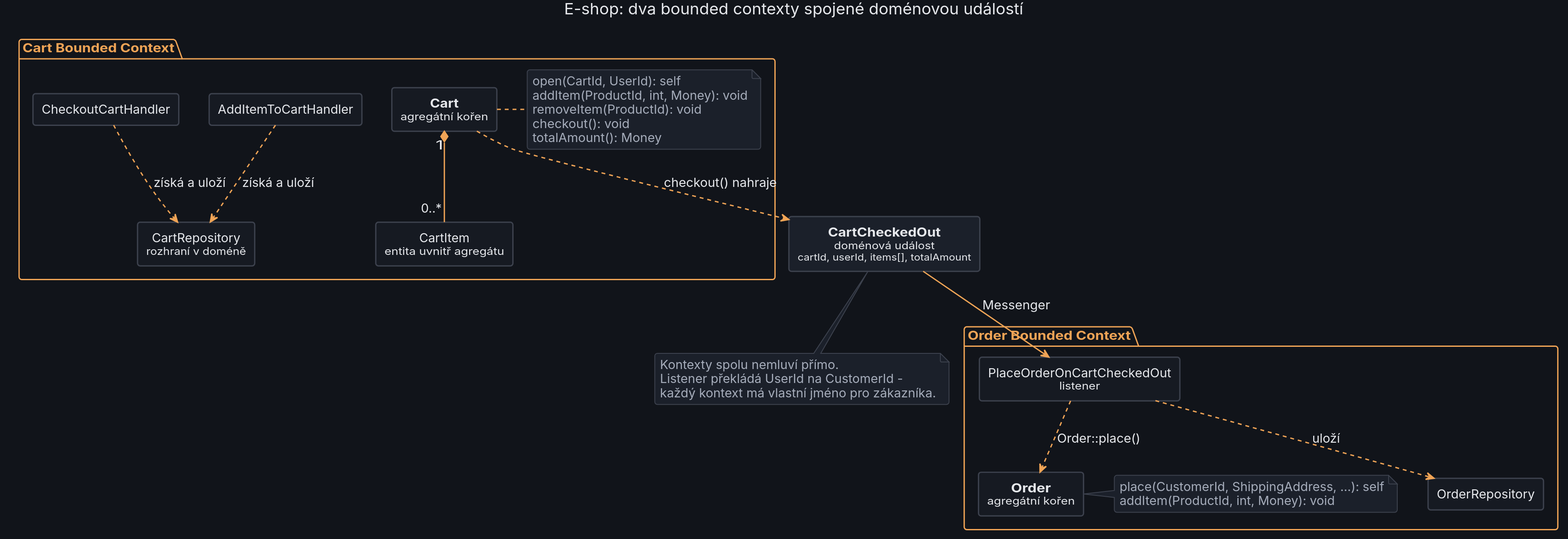
Above: public/images/diagrams/7_examples/eshop/diagram.svg in MichalKatuscak/ddd-v-symfony (PlantUML), before the change.
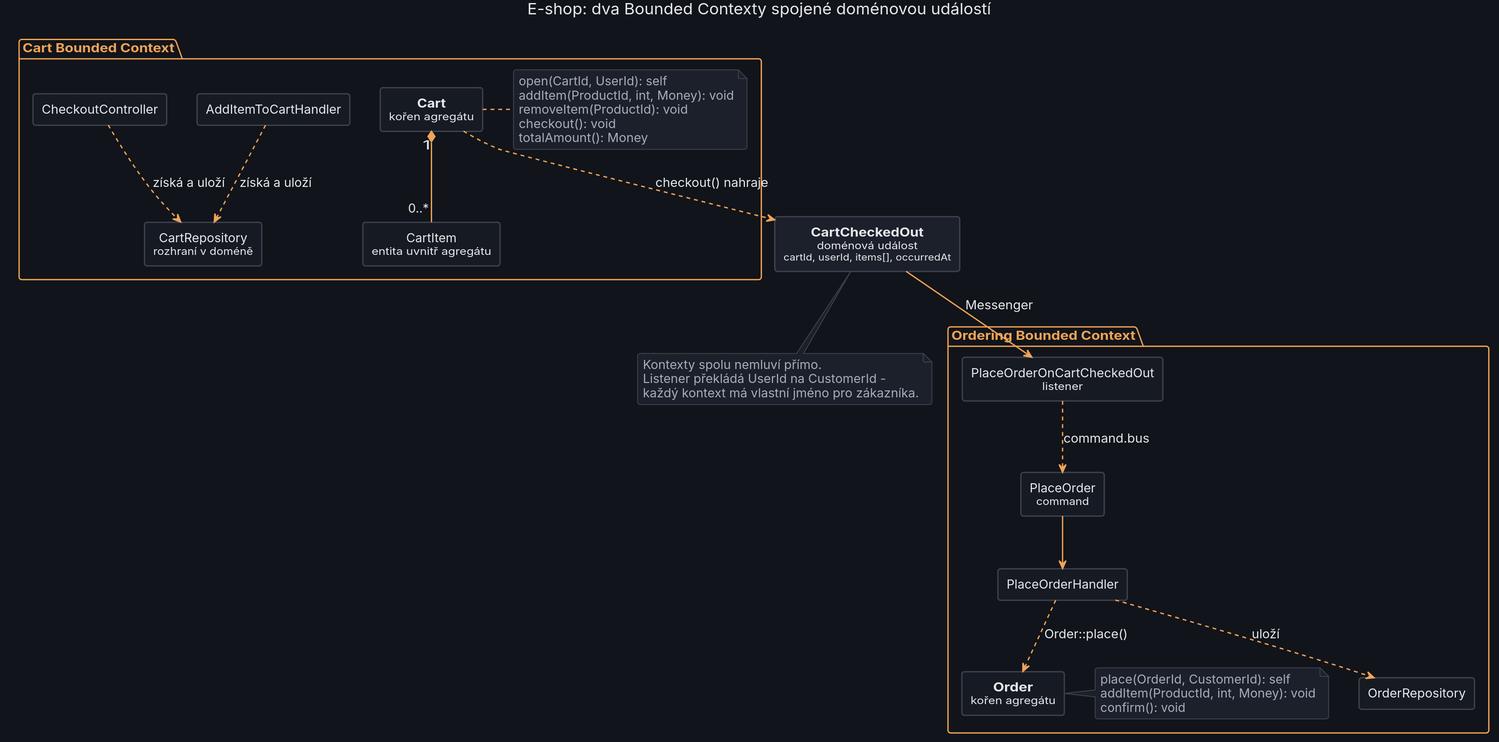
The same file after the commit.

Change to the diagram source:
```diff
@@ -179,10 +179,10 @@
   EBorderColor #F0A456
 }
 
-title E-shop: dva bounded contexty spojené doménovou událostí
+title E-shop: dva Bounded Contexty spojené doménovou událostí
 
 package "Cart Bounded Context" as Cart {
-  rectangle "**Cart**\n<size:12>agregátní kořen</size>" as CartAggregate {
+  rectangle "**Cart**\n<size:12>kořen agregátu</size>" as CartAggregate {
   }
   note right of CartAggregate
     open(CartId, UserId): self
@@ -195,21 +195,24 @@
   rectangle "CartItem\n<size:12>entita uvnitř agregátu</size>" as CartItem
   rectangle "CartRepository\n<size:12>rozhraní v doméně</size>" as CartRepo
   rectangle "AddItemToCartHandler" as AddHandler
-  rectangle "CheckoutCartHandler" as CheckoutHandler
+  rectangle "CheckoutController" as CheckoutHandler
 }
 
-package "Order Bounded Context" as Order {
-  rectangle "**Order**\n<size:12>agregátní kořen</size>" as OrderAggregate
+package "Ordering Bounded Context" as Order {
+  rectangle "**Order**\n<size:12>kořen agregátu</size>" as OrderAggregate
   note right of OrderAggregate
-    place(CustomerId, ShippingAddress, ...): self
+    place(OrderId, CustomerId): self
     addItem(ProductId, int, Money): void
+    confirm(): void
   end note
 
   rectangle "PlaceOrderOnCartCheckedOut\n<size:12>listener</size>" as Listener
+  rectangle "PlaceOrder\n<size:12>command</size>" as Cmd
+  rectangle "PlaceOrderHandler" as PlaceHandler
   rectangle "OrderRepository" as OrderRepo
 }
 
-rectangle "**CartCheckedOut**\n<size:12>doménová událost</size>\n<size:11>cartId, userId, items[], totalAmount</size>" as Event #1B202A
+rectangle "**CartCheckedOut**\n<size:12>doménová událost</size>\n<size:11>cartId, userId, items[], occurredAt</size>" as Event #1B202A
 
 CartAggregate "1" *-- "0..*" CartItem
 AddHandler ..> CartRepo : získá a uloží
@@ -217,8 +220,10 @@
 CartAggregate ..> Event : checkout() nahraje
 
 Event --> Listener : Messenger
-Listener ..> OrderAggregate : Order::place()
-Listener ..> OrderRepo : uloží
+Listener ..> Cmd : command.bus
+Cmd --> PlaceHandler
+PlaceHandler ..> OrderAggregate : Order::place()
+PlaceHandler ..> OrderRepo : uloží
 
 note bottom of Event
   Kontexty spolu nemluví přímo.
```
